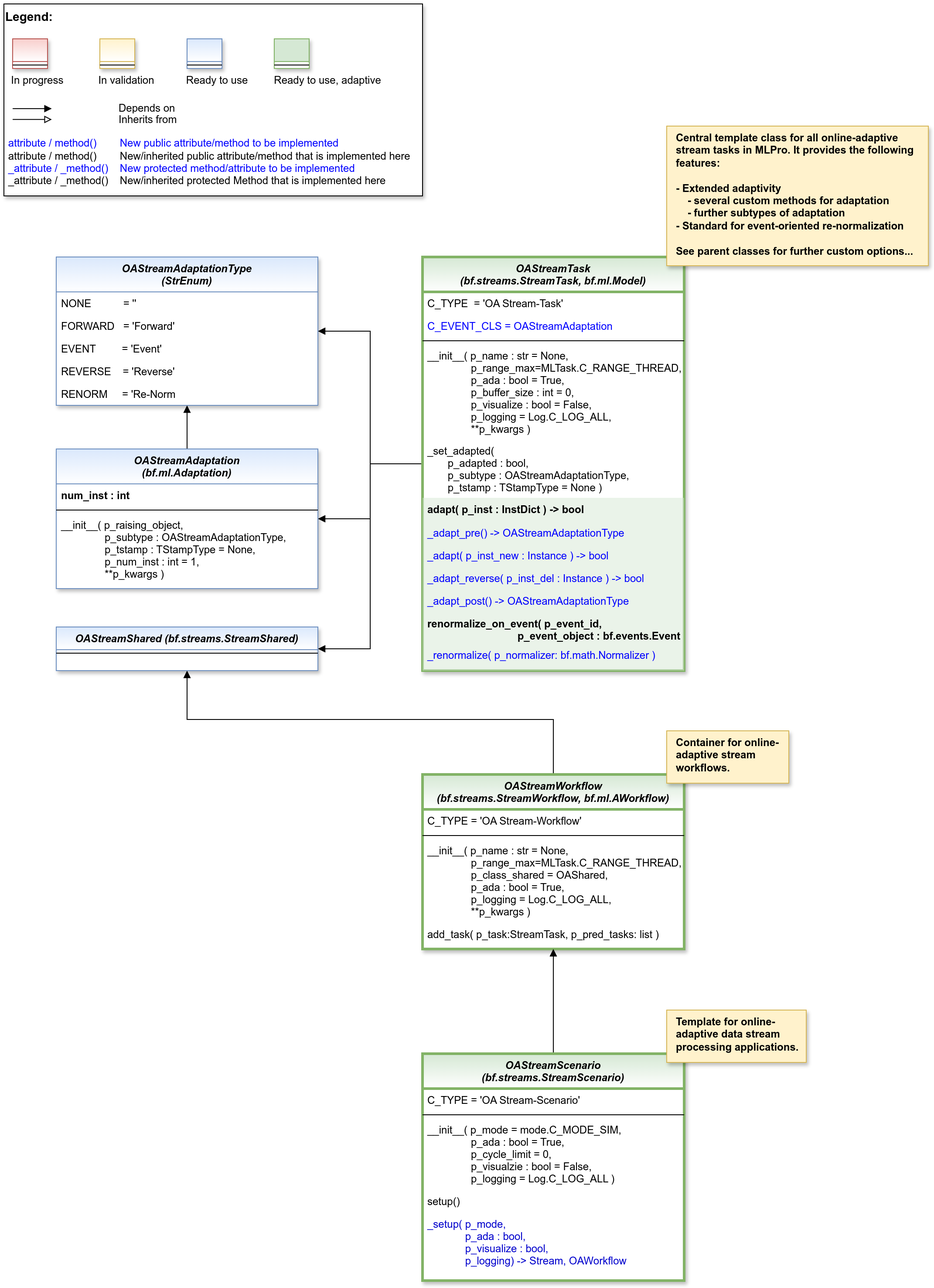
Above: doc/rtd/content/99_appendices/appendix2/sub/mlpro_oa/streams/00_basics/images/MLPro-OA-Stream-Processing_class_diagram.drawio.png in fhswf/MLPro (draw.io), before the change. Source tidied: cells renumbered, new cells last; positions are measured from the earlier drawing's top-left corner, leaving out a move shared by most shapes.
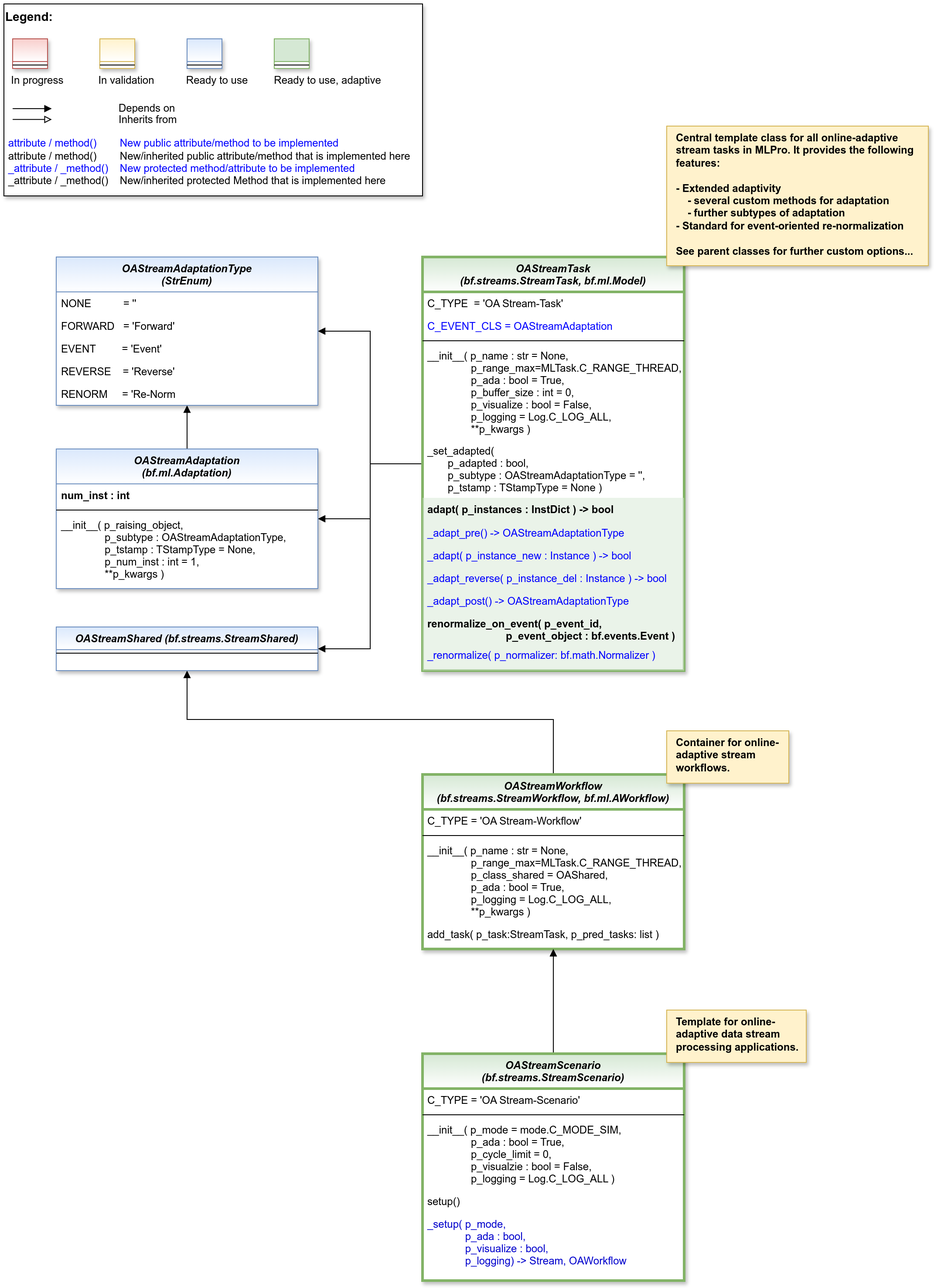
Later version of the same file.

What changed in the source:
```diff
@@ -26,25 +26,25 @@
     <mxCell id="9" value="__init__( p_name : str = None,&#10;               p_range_max=MLTask.C_RANGE_THREAD,&#10;               p_ada : bool = True,&#10;               p_buffer_size : int = 0,&#10;               p_visualize : bool = False,&#10;               p_logging = Log.C_LOG_ALL,&#10;               **p_kwargs )" style="text;align=left;verticalAlign=top;spacingLeft=4;spacingRight=4;overflow=hidden;fontColor=default;" parent="5" vertex="1">
       <mxGeometry y="100" width="300" height="109" as="geometry" />
     </mxCell>
-    <mxCell id="10" value="_set_adapted( &#10;       p_adapted : bool,&#10;       p_subtype : OAStreamAdaptationType,&#10;       p_tstamp : TStampType = None )" style="text;align=left;verticalAlign=top;spacingLeft=4;spacingRight=4;overflow=hidden;" parent="5" vertex="1">
+    <mxCell id="10" value="_set_adapted( &#10;       p_adapted : bool,&#10;       p_subtype : OAStreamAdaptationType = '',&#10;       p_tstamp : TStampType = None )" style="text;align=left;verticalAlign=top;spacingLeft=4;spacingRight=4;overflow=hidden;" parent="5" vertex="1">
       <mxGeometry y="209" width="300" height="67" as="geometry" />
     </mxCell>
-    <mxCell id="11" value="adapt( p_inst : InstDict ) -&gt; bool" style="text;align=left;verticalAlign=top;spacingLeft=4;spacingRight=4;overflow=hidden;fontStyle=1;fillColor=#d5e8d4;strokeColor=none;opacity=50;" parent="5" vertex="1">
+    <mxCell id="11" value="adapt( p_instances : InstDict ) -&gt; bool" style="text;align=left;verticalAlign=top;spacingLeft=4;spacingRight=4;overflow=hidden;fontStyle=1;fillColor=#d5e8d4;strokeColor=none;opacity=50;" parent="5" vertex="1">
       <mxGeometry y="276" width="300" height="27" as="geometry" />
     </mxCell>
     <mxCell id="12" value="_adapt_pre() -&gt; OAStreamAdaptationType" style="text;align=left;verticalAlign=top;spacingLeft=4;spacingRight=4;overflow=hidden;fillColor=#d5e8d4;strokeColor=none;opacity=50;fontColor=#0000FF;" parent="5" vertex="1">
       <mxGeometry y="303" width="300" height="26" as="geometry" />
     </mxCell>
-    <mxCell id="13" value="_adapt( p_inst_new : Instance ) -&gt; bool" style="text;align=left;verticalAlign=top;spacingLeft=4;spacingRight=4;overflow=hidden;fillColor=#d5e8d4;strokeColor=none;opacity=50;fontColor=#0000FF;" parent="5" vertex="1">
+    <mxCell id="13" value="_adapt( p_instance_new : Instance ) -&gt; bool" style="text;align=left;verticalAlign=top;spacingLeft=4;spacingRight=4;overflow=hidden;fillColor=#d5e8d4;strokeColor=none;opacity=50;fontColor=#0000FF;" parent="5" vertex="1">
       <mxGeometry y="329" width="300" height="26" as="geometry" />
     </mxCell>
-    <mxCell id="14" value="_adapt_reverse( p_inst_del : Instance ) -&gt; bool" style="text;align=left;verticalAlign=top;spacingLeft=4;spacingRight=4;overflow=hidden;fillColor=#d5e8d4;strokeColor=none;opacity=50;fontColor=#0000FF;" parent="5" vertex="1">
+    <mxCell id="14" value="_adapt_reverse( p_instance_del : Instance ) -&gt; bool" style="text;align=left;verticalAlign=top;spacingLeft=4;spacingRight=4;overflow=hidden;fillColor=#d5e8d4;strokeColor=none;opacity=50;fontColor=#0000FF;" parent="5" vertex="1">
       <mxGeometry y="355" width="300" height="26" as="geometry" />
     </mxCell>
     <mxCell id="15" value="_adapt_post() -&gt; OAStreamAdaptationType" style="text;align=left;verticalAlign=top;spacingLeft=4;spacingRight=4;overflow=hidden;fillColor=#d5e8d4;strokeColor=none;opacity=50;fontColor=#0000FF;" parent="5" vertex="1">
       <mxGeometry y="381" width="300" height="26" as="geometry" />
     </mxCell>
-    <mxCell id="16" value="renormalize_on_event( p_event_id, &#10;                               p_event_object : bf.events.Event )" style="text;align=left;verticalAlign=top;spacingLeft=4;spacingRight=4;overflow=hidden;fontStyle=1;fillColor=#d5e8d4;strokeColor=none;opacity=50;" parent="5" vertex="1">
+    <mxCell id="16" value="renormalize_on_event( p_event_id, &#10;                           p_event_object : bf.events.Event )" style="text;align=left;verticalAlign=top;spacingLeft=4;spacingRight=4;overflow=hidden;fontStyle=1;fillColor=#d5e8d4;strokeColor=none;opacity=50;" parent="5" vertex="1">
       <mxGeometry y="407" width="300" height="36" as="geometry" />
     </mxCell>
     <mxCell id="17" value="_renormalize( p_normalizer: bf.math.Normalizer )" style="text;align=left;verticalAlign=top;spacingLeft=4;spacingRight=4;overflow=hidden;fillColor=#d5e8d4;strokeColor=none;opacity=50;fontColor=#0000FF;" parent="5" vertex="1">
```
